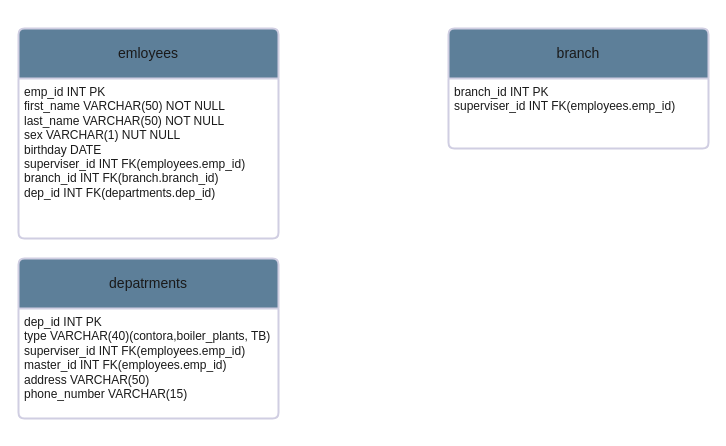
Earlier version of the draw.io diagram BoilerPlant.drawio (vittal94/ER-Diagrams). Source tidied: cells renumbered, new cells numbered last; positions are measured from the earlier drawing's top-left corner, leaving out a move shared by most shapes. Both pictures are drawn from the tidied source at 100%, with x=0, y=0 at pixel (18, 28).
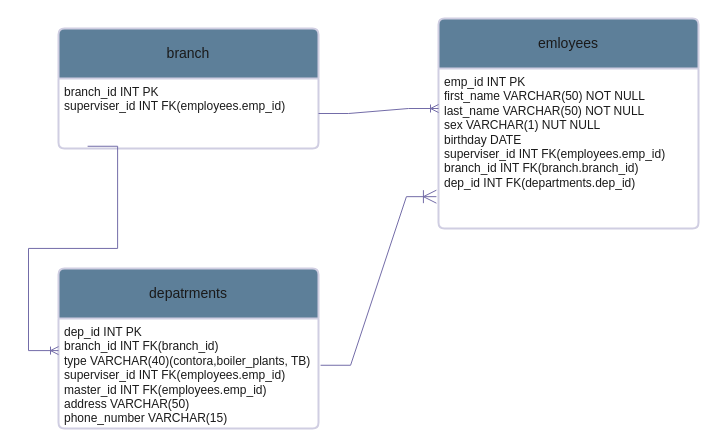
The same diagram, later.

What changed in the source:
```diff
@@
 <mxGraphModel>
   <root>
     <mxCell id="0" />
     <mxCell id="1" parent="0" />
     <mxCell id="2" value="emloyees" style="swimlane;horizontal=1;startSize=50;rounded=1;fontSize=14;fontStyle=0;strokeWidth=2;shadow=0;dashed=0;align=center;arcSize=4;whiteSpace=wrap;html=1;labelBackgroundColor=none;fillColor=#5D7F99;strokeColor=#D0CEE2;fontColor=#1A1A1A;" parent="1" vertex="1">
-      <mxGeometry width="260" height="210" as="geometry" />
+      <mxGeometry x="420" y="-10" width="260" height="210" as="geometry" />
     </mxCell>
     <mxCell id="3" value="emp_id INT PK&lt;br&gt;first_name VARCHAR(50) NOT NULL&lt;div&gt;last_name VARCHAR(50) NOT NULL&lt;/div&gt;&lt;div&gt;sex VARCHAR(1) NUT NULL&lt;/div&gt;&lt;div&gt;birthday DATE&lt;/div&gt;&lt;div&gt;superviser_id INT FK(employees.emp_id)&lt;/div&gt;&lt;div&gt;branch_id INT FK(branch.branch_id)&lt;/div&gt;&lt;div&gt;dep_id INT FK(departments.dep_id)&lt;/div&gt;" style="align=left;strokeColor=none;fillColor=none;spacingLeft=4;fontSize=12;verticalAlign=top;html=1;labelBackgroundColor=none;fontColor=#1A1A1A;" parent="2" vertex="1">
       <mxGeometry y="50" width="260" height="160" as="geometry" />
     </mxCell>
     <mxCell id="4" value="branch" style="swimlane;horizontal=1;startSize=50;rounded=1;fontSize=14;fontStyle=0;strokeWidth=2;shadow=0;dashed=0;align=center;arcSize=4;whiteSpace=wrap;html=1;strokeColor=#D0CEE2;fontColor=#1A1A1A;fillColor=#5D7F99;labelBackgroundColor=none;" parent="1" vertex="1">
-      <mxGeometry x="430" width="260" height="120" as="geometry" />
+      <mxGeometry x="40" width="260" height="120" as="geometry" />
     </mxCell>
     <mxCell id="5" value="branch_id INT PK&lt;br&gt;superviser_id INT FK(employees.emp_id)&lt;div&gt;&lt;br/&gt;&lt;/div&gt;" style="align=left;strokeColor=none;fillColor=none;spacingLeft=4;fontSize=12;verticalAlign=top;html=1;fontColor=#1A1A1A;labelBackgroundColor=none;" parent="4" vertex="1">
       <mxGeometry y="50" width="260" height="70" as="geometry" />
     </mxCell>
     <mxCell id="6" value="depatrments" style="swimlane;horizontal=1;startSize=50;rounded=1;fontSize=14;fontStyle=0;strokeWidth=2;shadow=0;dashed=0;align=center;arcSize=4;whiteSpace=wrap;html=1;strokeColor=#D0CEE2;fontColor=#1A1A1A;fillColor=#5D7F99;labelBackgroundColor=none;" parent="1" vertex="1">
-      <mxGeometry y="230" width="260" height="160" as="geometry" />
+      <mxGeometry x="40" y="240" width="260" height="160" as="geometry" />
     </mxCell>
-    <mxCell id="7" value="dep_id INT PK&lt;div&gt;type VARCHAR(40)(contora,boiler_plants, TB)&lt;br&gt;superviser_id INT FK(employees.emp_id)&lt;br&gt;master_id INT FK(employees.emp_id)&lt;div&gt;address VARCHAR(50)&lt;/div&gt;&lt;div&gt;phone_number VARCHAR(15)&lt;/div&gt;&lt;/div&gt;" style="align=left;strokeColor=none;fillColor=none;spacingLeft=4;fontSize=12;verticalAlign=top;html=1;fontColor=#1A1A1A;labelBackgroundColor=none;" parent="6" vertex="1">
+    <mxCell id="7" value="dep_id INT PK&lt;div&gt;branch_id INT FK(branch_id)&lt;br&gt;&lt;div&gt;type VARCHAR(40)(contora,boiler_plants, TB)&lt;br&gt;superviser_id INT FK(employees.emp_id)&lt;br&gt;master_id INT FK(employees.emp_id)&lt;div&gt;address VARCHAR(50)&lt;/div&gt;&lt;div&gt;phone_number VARCHAR(15)&lt;/div&gt;&lt;/div&gt;&lt;/div&gt;" style="align=left;strokeColor=none;fillColor=none;spacingLeft=4;fontSize=12;verticalAlign=top;html=1;fontColor=#1A1A1A;labelBackgroundColor=none;" parent="6" vertex="1">
       <mxGeometry y="50" width="260" height="110" as="geometry" />
     </mxCell>
+    <mxCell id="8" style="edgeStyle=entityRelationEdgeStyle;fontSize=12;html=1;endArrow=ERoneToMany;rounded=0;strokeColor=#736CA8;fontColor=#1A1A1A;entryX=0;entryY=0.25;entryDx=0;entryDy=0;" parent="1" edge="1" source="5" target="3">
+      <mxGeometry relative="1" as="geometry" />
+    </mxCell>
+    <mxCell id="9" style="edgeStyle=entityRelationEdgeStyle;fontSize=12;html=1;endArrow=ERoneToMany;rounded=0;strokeColor=#736CA8;fontColor=#1A1A1A;exitX=1.008;exitY=0.425;exitDx=0;exitDy=0;exitPerimeter=0;entryX=-0.008;entryY=0.801;entryDx=0;entryDy=0;entryPerimeter=0;endSize=11;startSize=12;" parent="1" edge="1" source="7" target="3">
+      <mxGeometry relative="1" as="geometry" />
+    </mxCell>
+    <mxCell id="10" style="edgeStyle=entityRelationEdgeStyle;fontSize=12;html=1;endArrow=ERoneToMany;rounded=0;strokeColor=#736CA8;fontColor=#1A1A1A;exitX=0.112;exitY=0.968;exitDx=0;exitDy=0;exitPerimeter=0;entryX=0.998;entryY=0.309;entryDx=0;entryDy=0;entryPerimeter=0;" parent="1" edge="1" source="5">
+      <mxGeometry relative="1" as="geometry">
+        <mxPoint x="40" y="322.1" as="targetPoint" />
+      </mxGeometry>
+    </mxCell>
   </root>
 </mxGraphModel>
```
